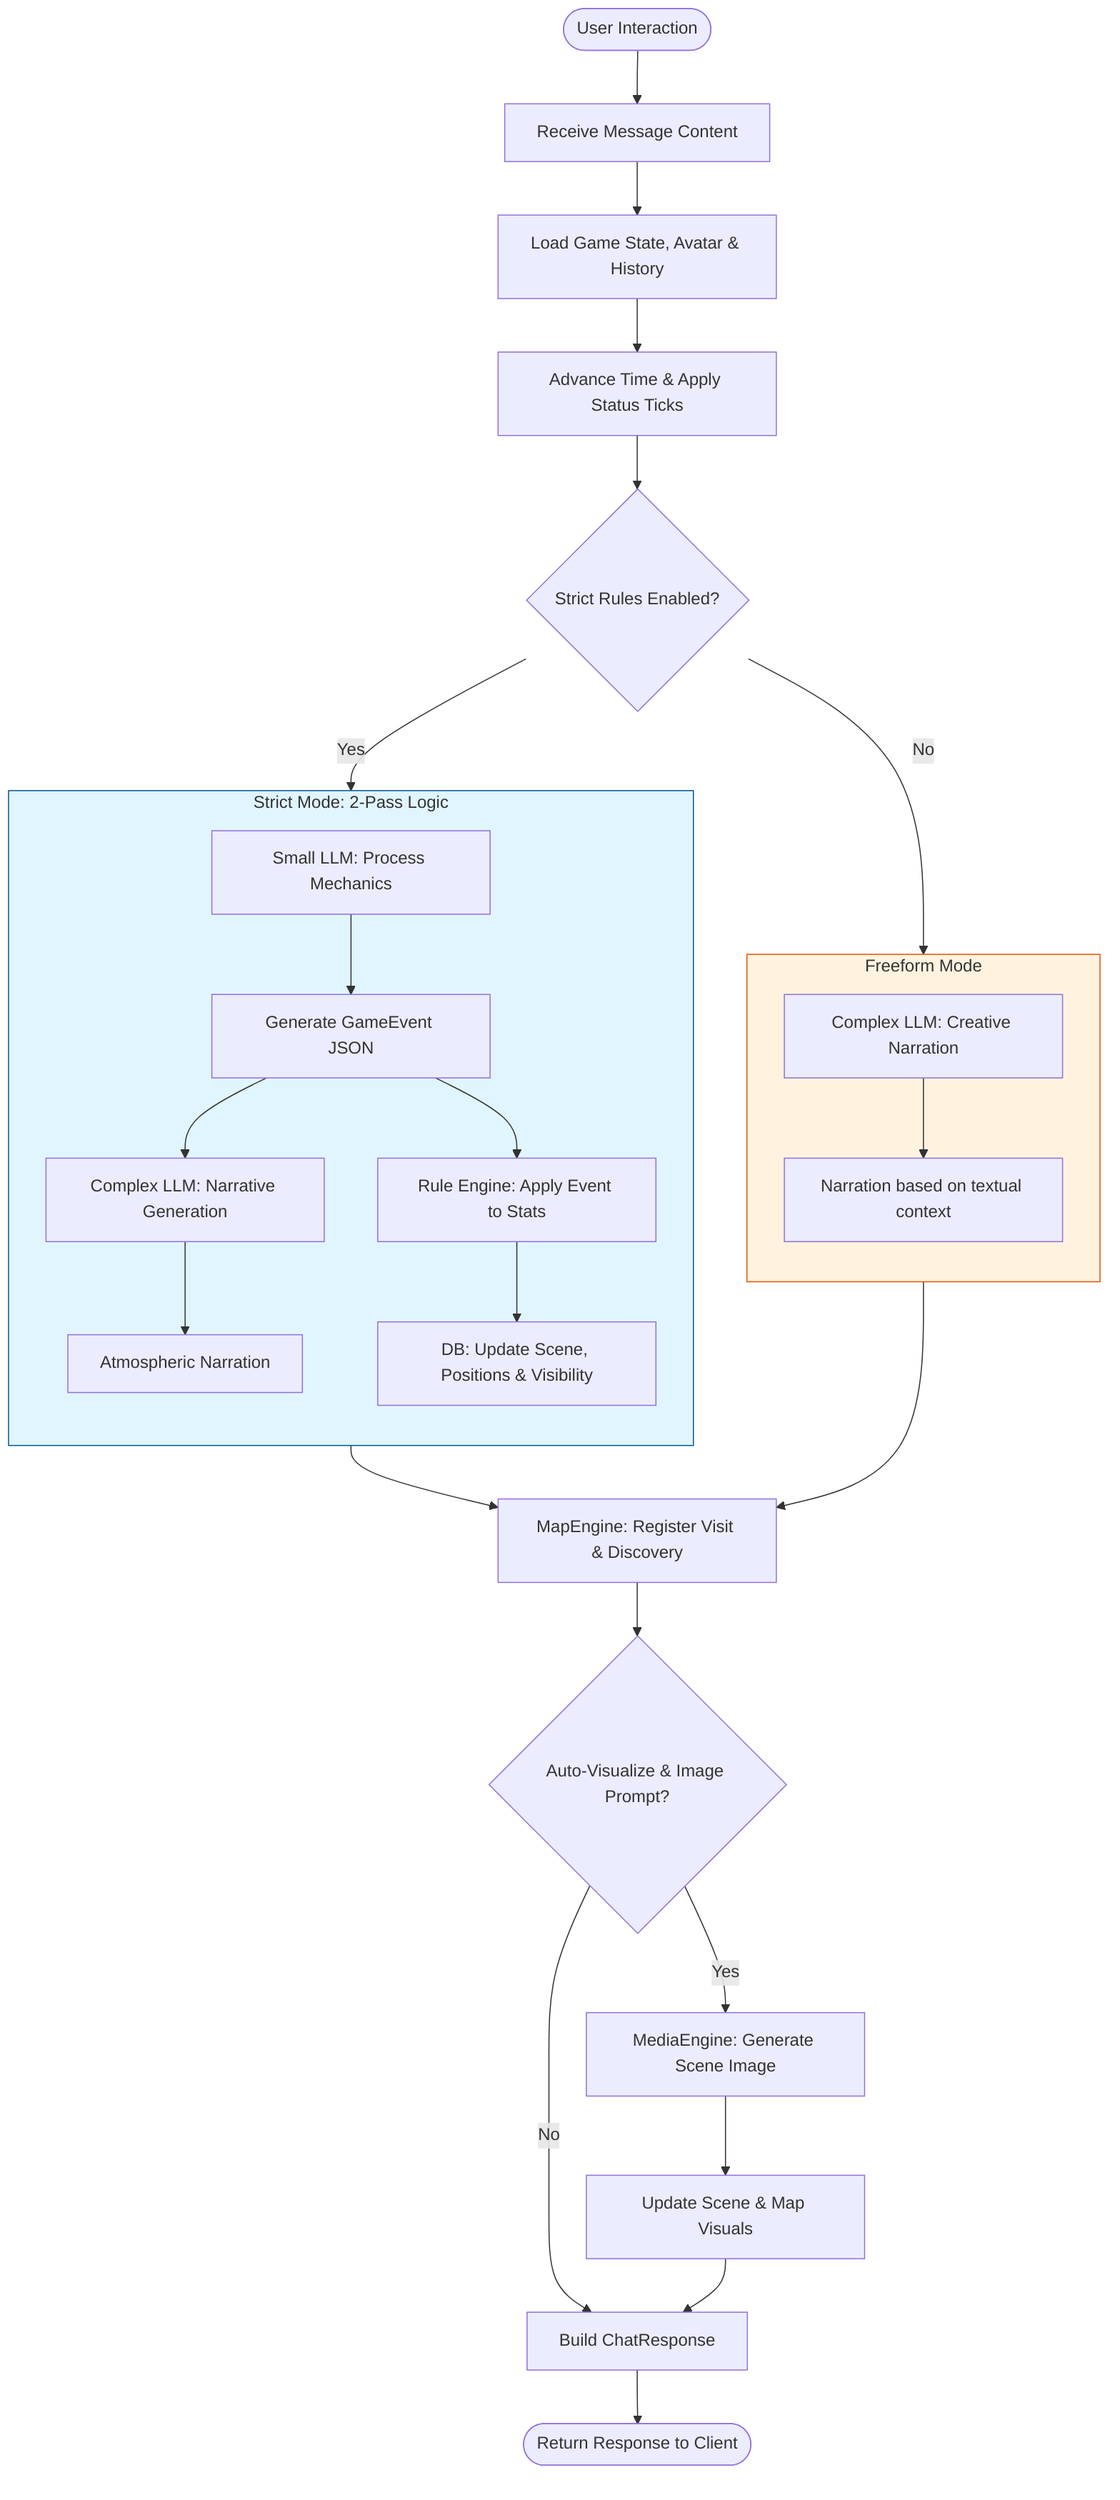
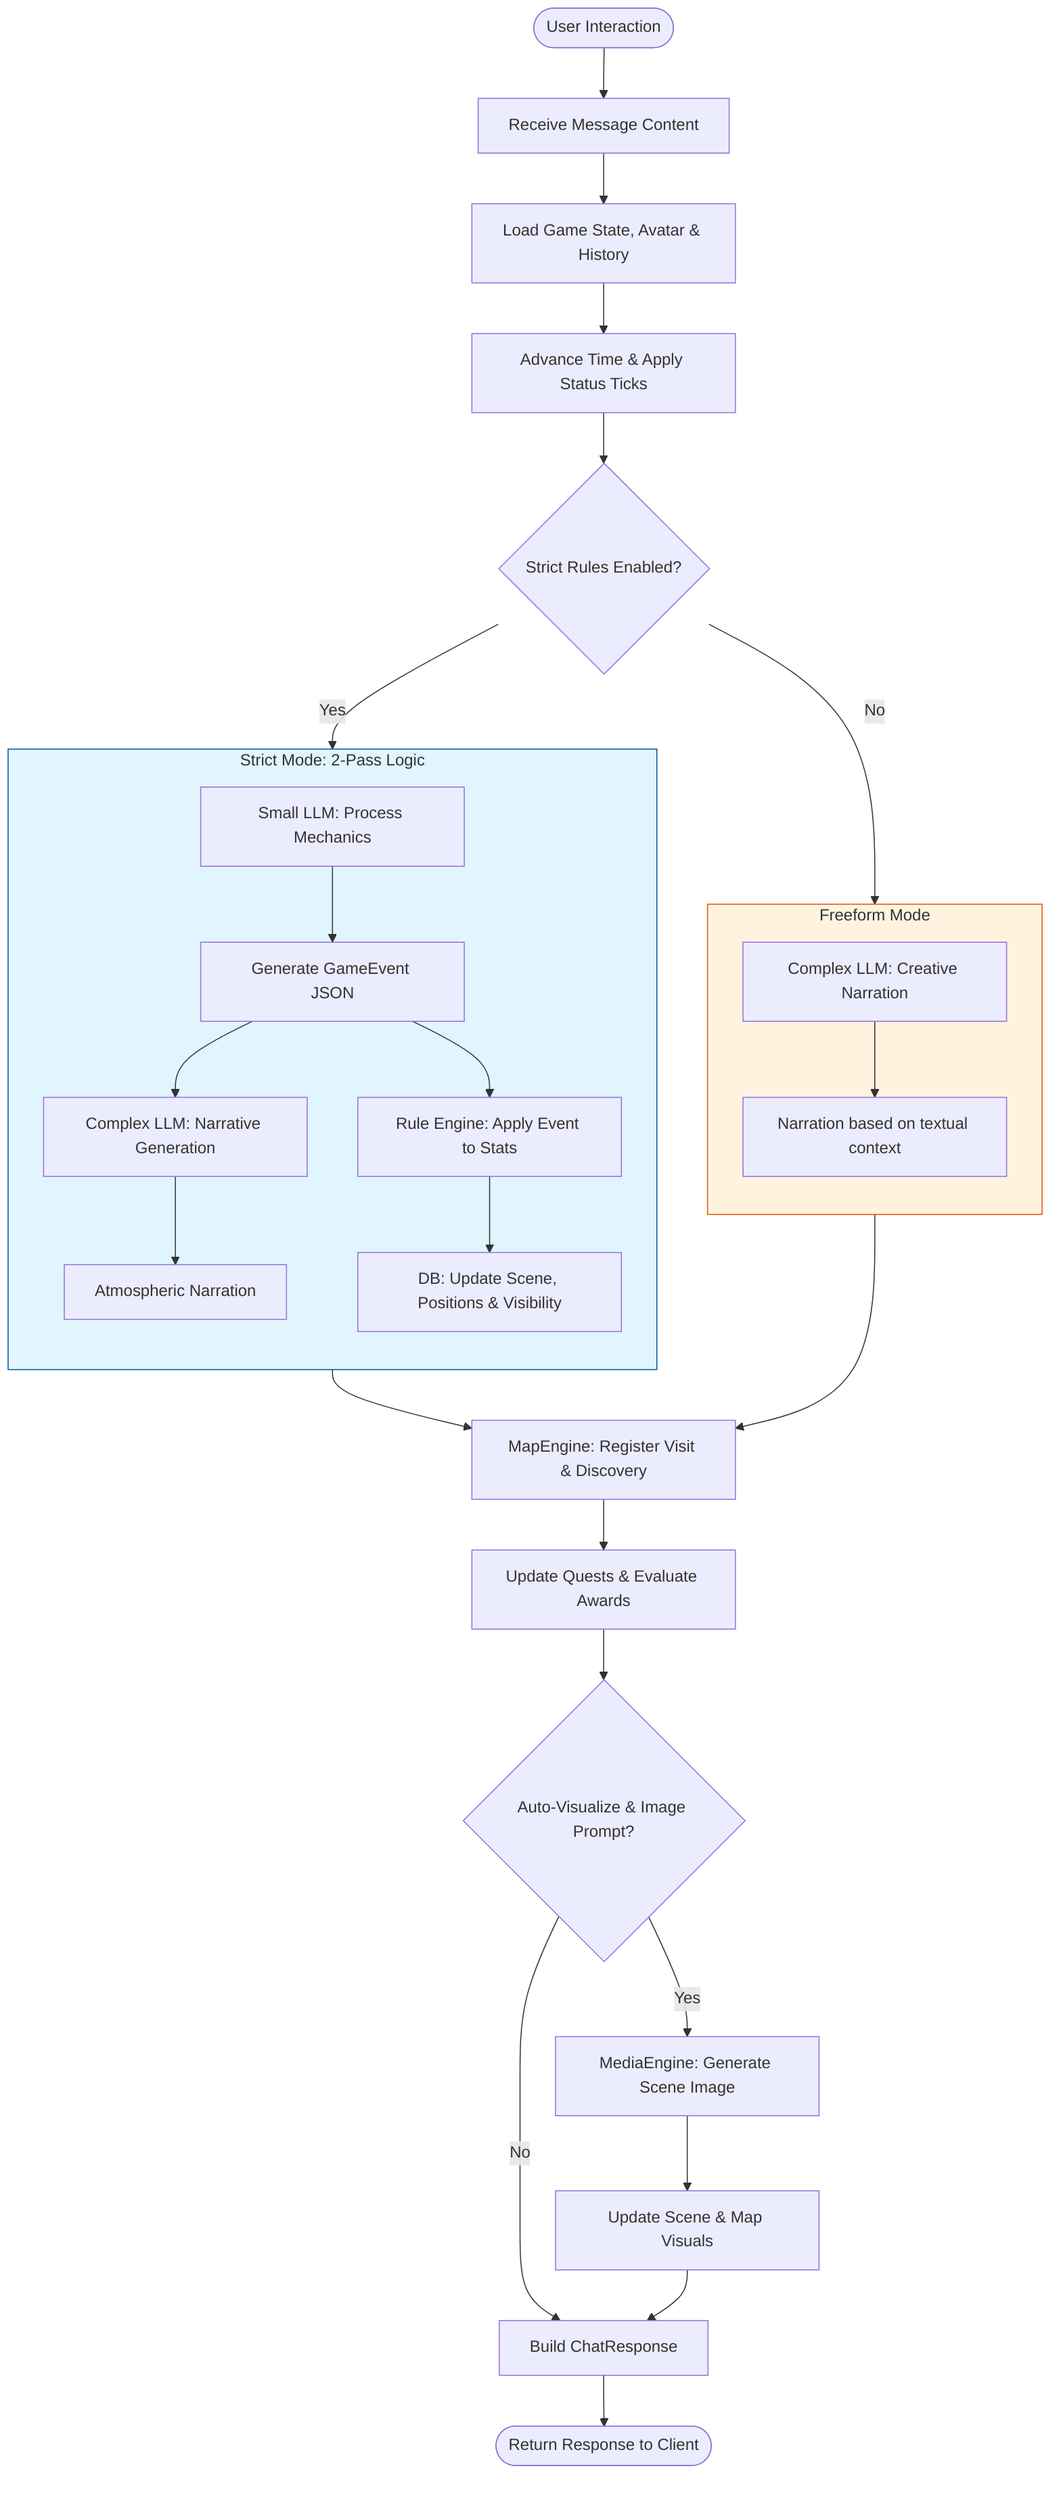
flowchart TD
    Start([User Interaction]) --> ReceiveMsg[Receive Message Content]
    ReceiveMsg --> LoadContext[Load Game State, Avatar & History]
    LoadContext --> TickSystem[Advance Time & Apply Status Ticks]

    TickSystem --> ModeCheck{Strict Rules Enabled?}

    subgraph StrictMode [Strict Mode: 2-Pass Logic]
        direction TB
        SmallLLM[Small LLM: Process Mechanics] --> Event[Generate GameEvent JSON]
        Event --> ComplexLLM[Complex LLM: Narrative Generation]
        ComplexLLM --> Prose[Atmospheric Narration]
        Event --> ApplyRules[Rule Engine: Apply Event to Stats]
        ApplyRules --> UpdateWorld[DB: Update Scene, Positions & Visibility]
    end

    subgraph FreeformMode [Freeform Mode]
        direction TB
        NarrativeLLM[Complex LLM: Creative Narration] --> FreeProse[Narration based on textual context]
    end

    ModeCheck -- Yes --> StrictMode
    ModeCheck -- No --> FreeformMode

    StrictMode --> MapUpdate[MapEngine: Register Visit & Discovery]
    FreeformMode --> MapUpdate

-     MapUpdate --> VisualCheck{Auto-Visualize & Image Prompt?}
+     MapUpdate --> QuestUpdate[Update Quests & Evaluate Awards]
+     QuestUpdate --> VisualCheck{Auto-Visualize & Image Prompt?}
    VisualCheck -- Yes --> GenImage[MediaEngine: Generate Scene Image]
    GenImage --> SaveImage[Update Scene & Map Visuals]
    VisualCheck -- No --> Finalize
    SaveImage --> Finalize

    Finalize[Build ChatResponse] --> End([Return Response to Client])

    style StrictMode fill:#e1f5fe,stroke:#01579b
    style FreeformMode fill:#fff3e0,stroke:#e65100
